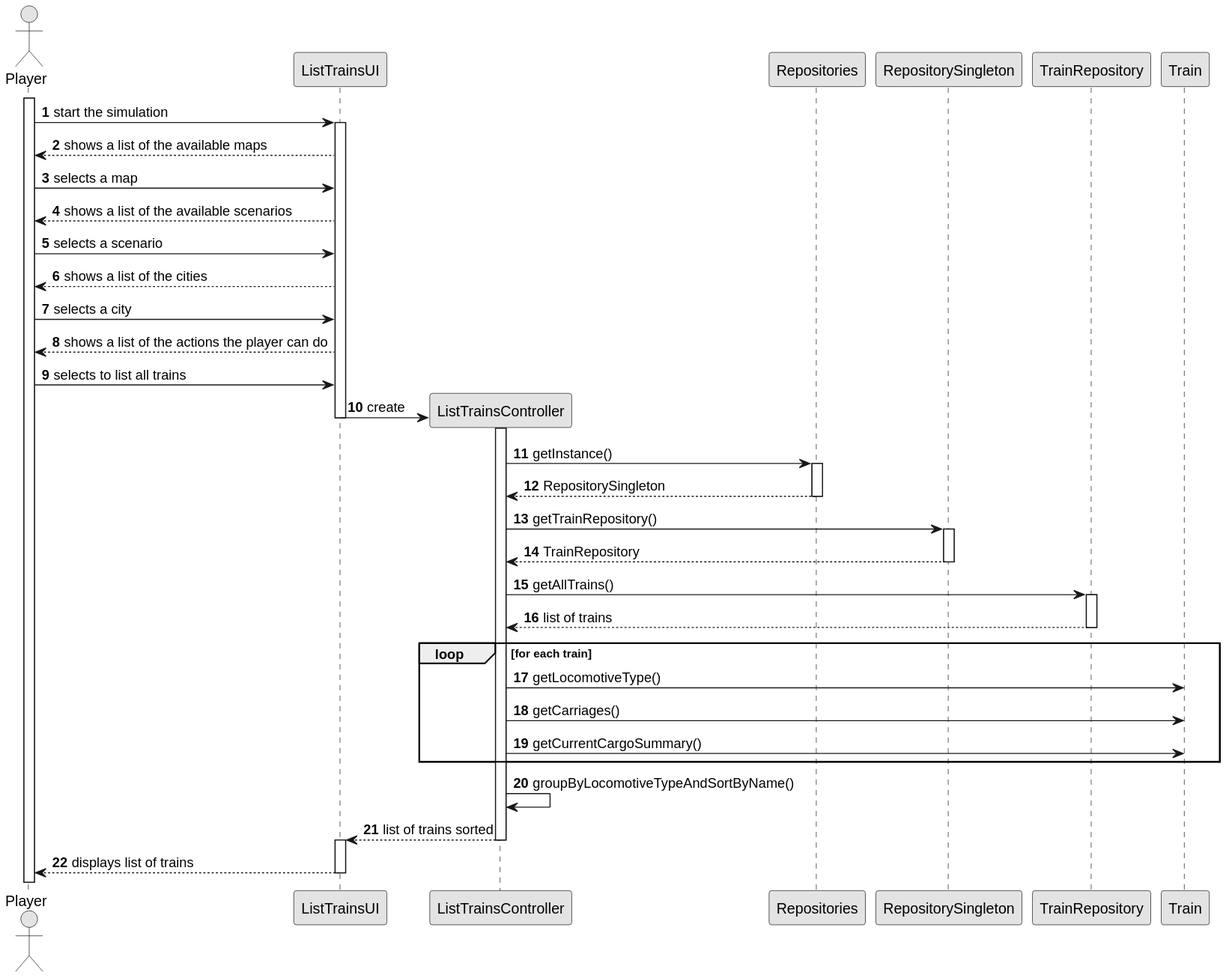
ivasduarte/all-aboard keeps this PlantUML diagram as docs/sprint2/us011/03.design/svg/us011-sequence-diagram-full.svg. Above is the earlier version. Source of this version:
```plantuml
@startuml
skinparam monochrome true
skinparam packageStyle rectangle
skinparam shadowing false

autonumber

actor "Player" as Player
participant "ListTrainsUI" as UI

activate Player

Player -> UI : start the simulation
activate UI

UI --> Player : shows a list of the available maps
Player -> UI : selects a map
UI --> Player : shows a list of the available scenarios
Player -> UI : selects a scenario
UI --> Player : shows a list of the cities
Player -> UI : selects a city
UI --> Player : shows a list of the actions the player can do
Player -> UI : selects to list all trains

create "ListTrainsController" as CTRL
UI -> CTRL : create
deactivate UI
activate CTRL

CTRL -> Repositories : getInstance()
activate Repositories
Repositories --> CTRL : RepositorySingleton
deactivate Repositories

CTRL -> RepositorySingleton : getTrainRepository()
activate RepositorySingleton
RepositorySingleton --> CTRL : TrainRepository
deactivate RepositorySingleton

participant "TrainRepository" as Train_REPO
CTRL -> Train_REPO : getAllTrains()
activate Train_REPO
Train_REPO --> CTRL : list of trains
deactivate Train_REPO

loop for each train
    CTRL -> Train : getLocomotiveType()
    CTRL -> Train : getCarriages()
    CTRL -> Train : getCurrentCargoSummary()
end loop

CTRL -> CTRL : groupByLocomotiveTypeAndSortByName()

CTRL --> UI : list of trains sorted
deactivate CTRL
activate UI

UI --> Player : displays list of trains
deactivate UI
@enduml
```
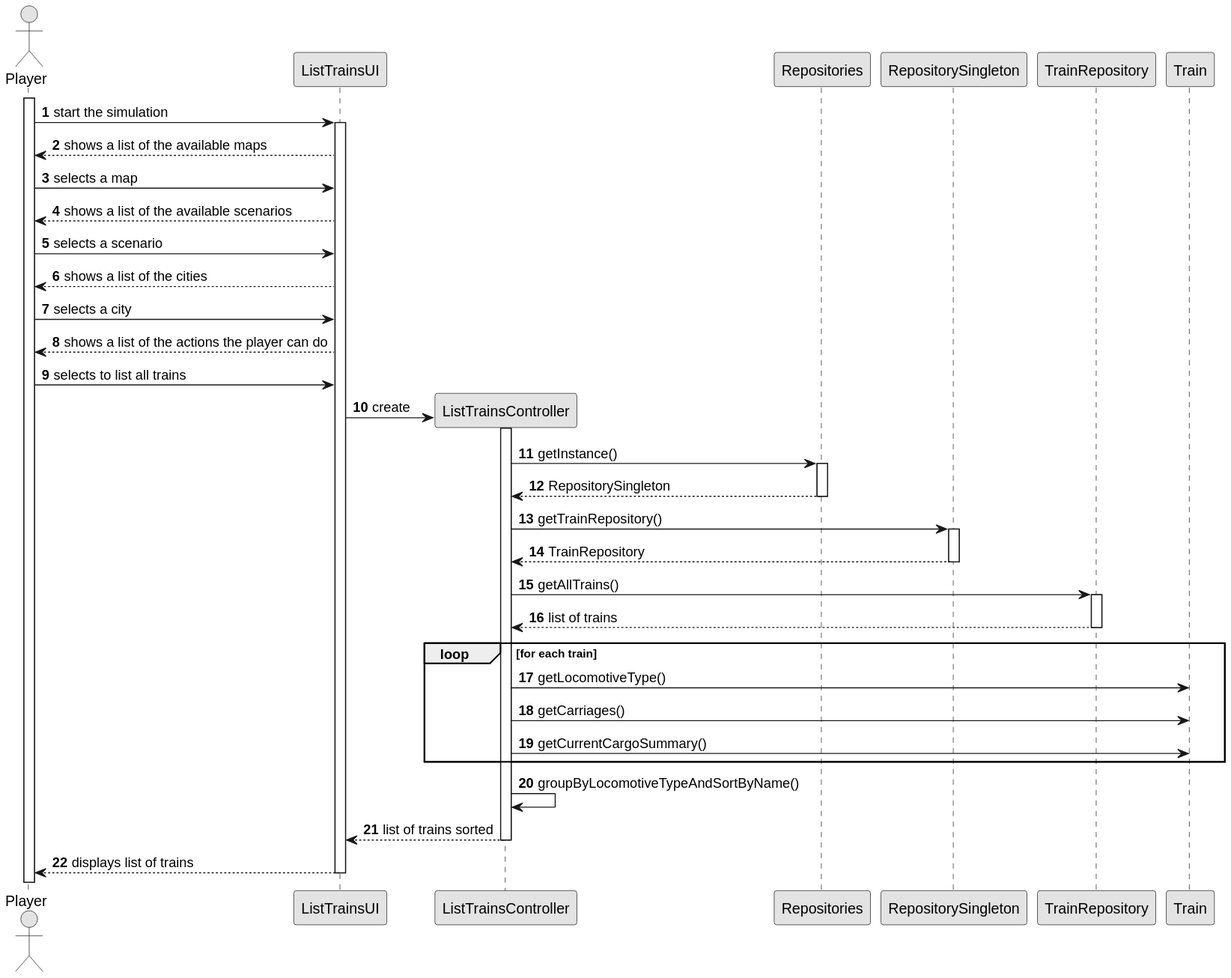
Above is the later version.

Commit message:
US006/US007/US011 - Corrected full-diagrams

The edit, as a diff of the source:
```diff
@@ -24,7 +24,6 @@
 
 create "ListTrainsController" as CTRL
 UI -> CTRL : create
-deactivate UI
 activate CTRL
 
 CTRL -> Repositories : getInstance()
@@ -53,7 +52,6 @@
 
 CTRL --> UI : list of trains sorted
 deactivate CTRL
-activate UI
 
 UI --> Player : displays list of trains
 deactivate UI
```
